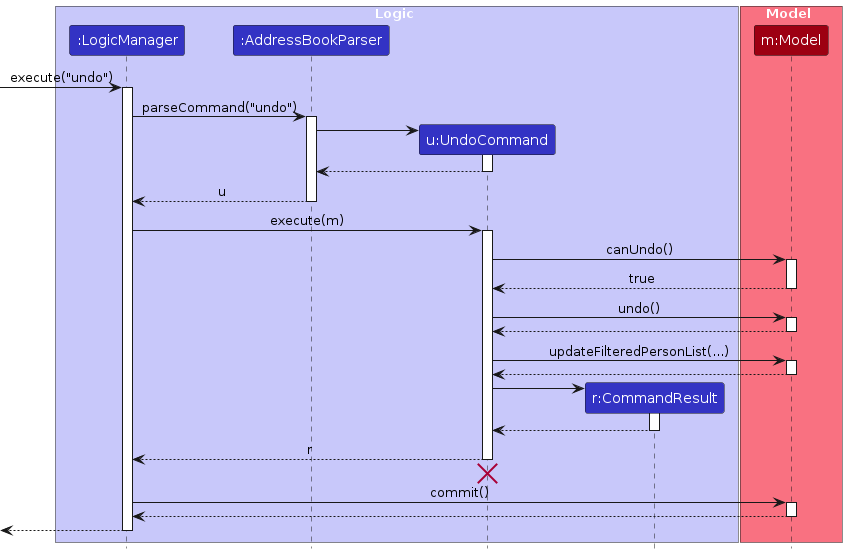
This is diagrams/UndoSequenceDiagram-Logic.png from AY2627S1-CS2103T-T13-1/tp, a PlantUML export, as it was before one commit. Its source is kept beside it as diagrams/UndoSequenceDiagram-Logic.puml. Its diagram source:
```plantuml
@startuml
!include style.puml
skinparam ArrowFontStyle plain

box Logic LOGIC_COLOR_T1
participant ":LogicManager" as LogicManager LOGIC_COLOR
participant ":AddressBookParser" as AddressBookParser LOGIC_COLOR
participant "u:UndoCommand" as UndoCommand LOGIC_COLOR
participant "r:CommandResult" as CommandResult LOGIC_COLOR
end box

box Model MODEL_COLOR_T1
participant "m:Model" as Model MODEL_COLOR
end box
[-> LogicManager : execute("undo")
activate LogicManager

LogicManager -> AddressBookParser : parseCommand("undo")
activate AddressBookParser

create UndoCommand
AddressBookParser -> UndoCommand
activate UndoCommand

UndoCommand --> AddressBookParser
deactivate UndoCommand

AddressBookParser --> LogicManager : u
deactivate AddressBookParser

LogicManager -> UndoCommand : execute(m)
activate UndoCommand

UndoCommand -> Model : canUndo()
activate Model

Model --> UndoCommand : true
deactivate Model

UndoCommand -> Model : undo()
activate Model

Model --> UndoCommand
deactivate Model

UndoCommand -> Model : updateFilteredPersonList(...)
activate Model

Model --> UndoCommand
deactivate Model

create CommandResult
UndoCommand -> CommandResult
activate CommandResult

CommandResult --> UndoCommand
deactivate CommandResult

UndoCommand --> LogicManager : r
deactivate UndoCommand
UndoCommand -[hidden]-> LogicManager
destroy UndoCommand

LogicManager -> Model : commit()
activate Model

Model --> LogicManager
deactivate Model

[<--LogicManager
deactivate LogicManager
@enduml
```
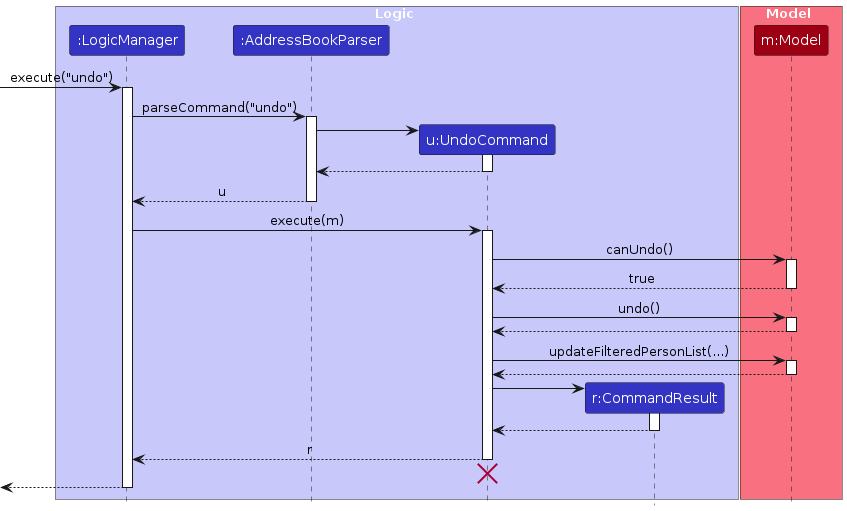
The same file after the commit.

What changed in the source:
```diff
@@ -61,12 +61,6 @@
 UndoCommand -[hidden]-> LogicManager
 destroy UndoCommand
 
-LogicManager -> Model : commit()
-activate Model
-
-Model --> LogicManager
-deactivate Model
-
 [<--LogicManager
 deactivate LogicManager
 @enduml
```
